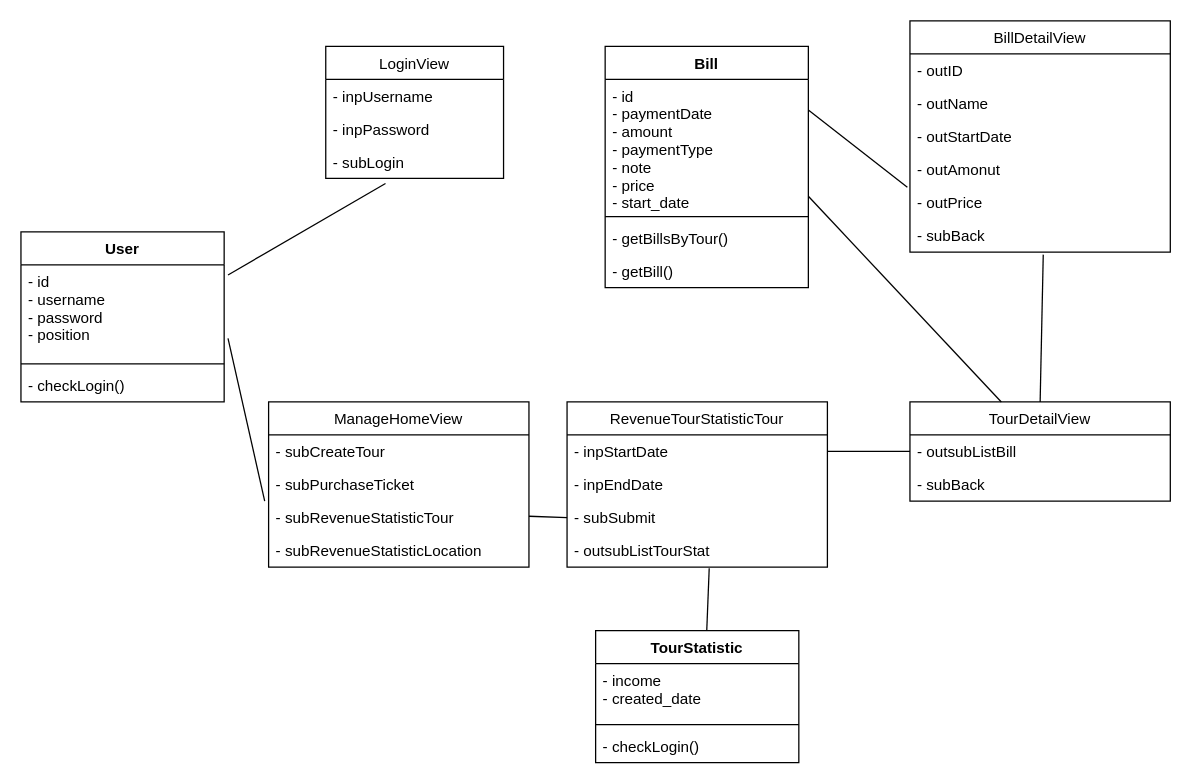
Before: bieudolop.drawio in thanhlongtld/classical_software_engineering, a draw.io diagram. Source tidied: cells renumbered, new cells numbered last; positions are measured from the earlier drawing's top-left corner, leaving out a move shared by most shapes. Both pictures are drawn from the tidied source at 127%, with x=0, y=0 at pixel (20, 20).
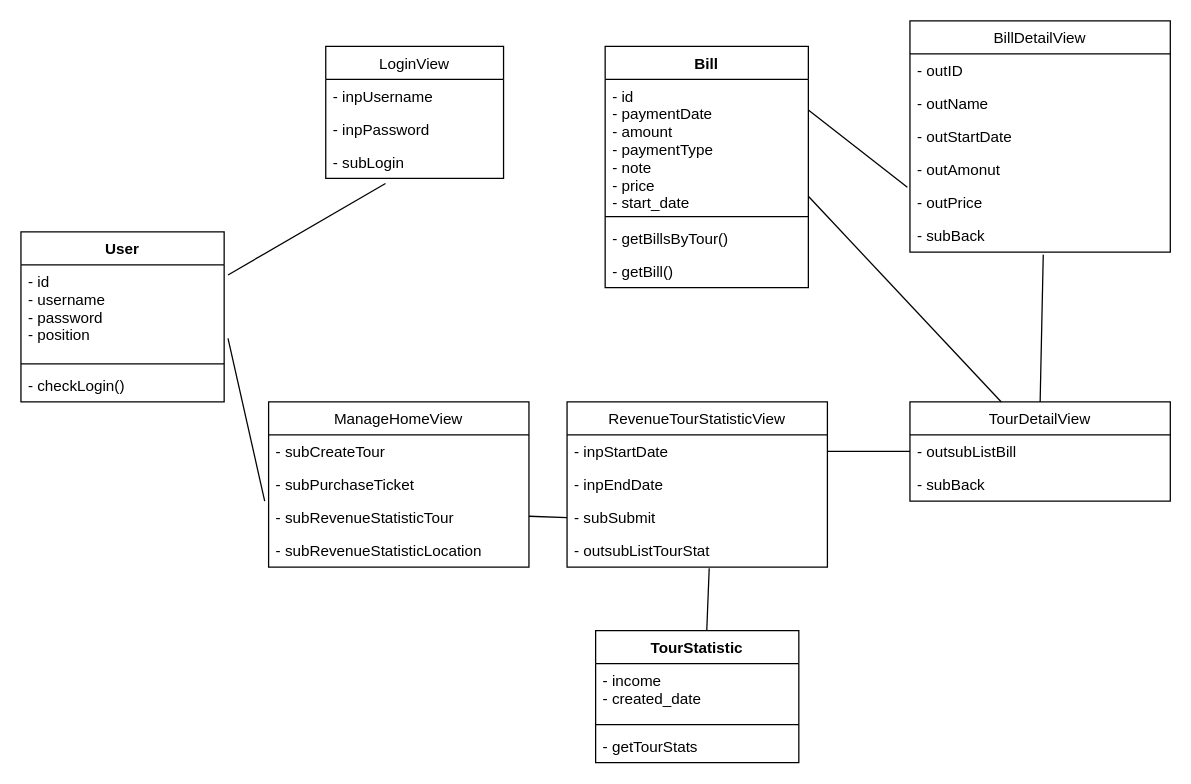
The same page after the edit.

The change refers to these unchanged cells:
```xml
<mxCell id="21" value="TourStatistic" style="swimlane;fontStyle=1;align=center;verticalAlign=top;horizontal=1;startSize=26;" parent="1" vertex="1">
  <mxGeometry x="452.5" y="480" width="160" height="104" as="geometry" />
</mxCell>
```

Diff of the diagram source:
```diff
@@
-    <mxCell id="16" value="RevenueTourStatisticTour" style="swimlane;fontStyle=0;horizontal=1;startSize=26;fillColor=none;" parent="1" vertex="1">
+    <mxCell id="16" value="RevenueTourStatisticView" style="swimlane;fontStyle=0;horizontal=1;startSize=26;fillColor=none;" parent="1" vertex="1">
       <mxGeometry x="430" y="300" width="205" height="130" as="geometry" />
     </mxCell>
@@
-    <mxCell id="24" value="- checkLogin()" style="text;strokeColor=none;fillColor=none;align=left;verticalAlign=top;spacingLeft=4;spacingRight=4;overflow=hidden;" parent="21" vertex="1">
+    <mxCell id="24" value="- getTourStats" style="text;strokeColor=none;fillColor=none;align=left;verticalAlign=top;spacingLeft=4;spacingRight=4;overflow=hidden;" parent="21" vertex="1">
       <mxGeometry y="78" width="160" height="26" as="geometry" />
     </mxCell>
```
